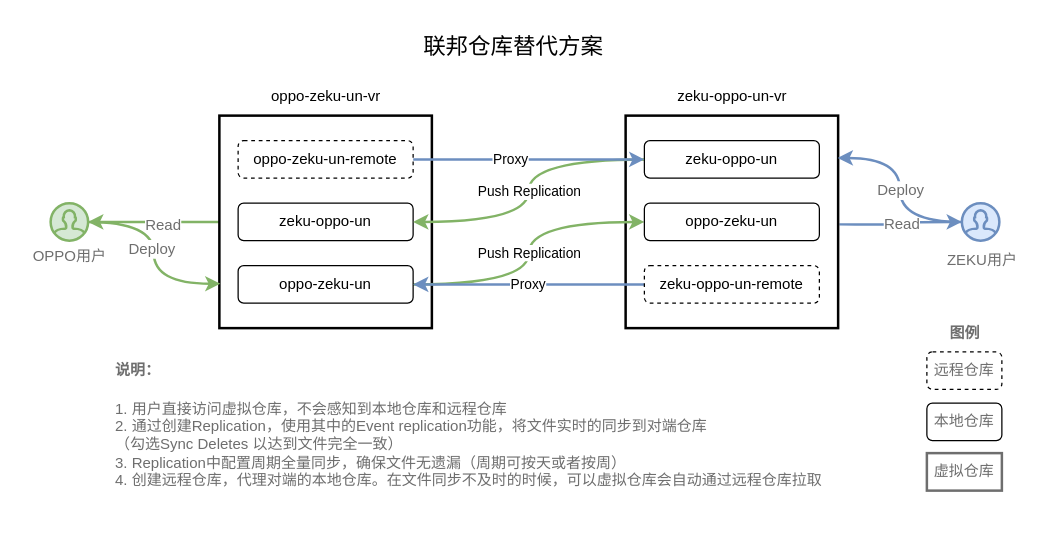
Before: federate.drawio in PanC123/project-examples, a draw.io diagram. Source tidied: cells renumbered, new cells numbered last; positions are measured from the earlier drawing's top-left corner, leaving out a move shared by most shapes. Both pictures are drawn from the tidied source at 125%, with x=0, y=0 at pixel (21, 21).
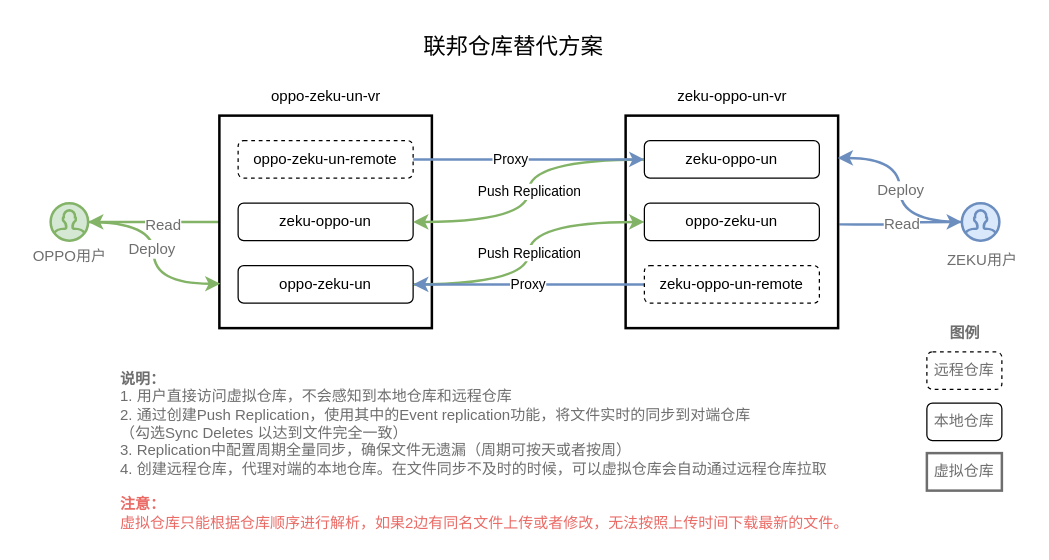
Above is the later version.

Diff of the diagram source:
```diff
@@
-    <mxCell id="32" value="&lt;h4&gt;说明：&lt;/h4&gt;1. 用户直接访问虚拟仓库，不会感知到本地仓库和远程仓库&lt;br&gt;2. 通过创建Replication，使用其中的Event replication功能，将文件实时的同步到对端仓库&lt;br&gt;（勾选Sync Deletes 以达到文件完全一致）&lt;br&gt;3. Replication中配置周期全量同步，确保文件无遗漏（周期可按天或者按周）&lt;br&gt;4. 创建远程仓库，代理对端的本地仓库。在文件同步不及时的时候，可以虚拟仓库会自动通过远程仓库拉取" style="text;html=1;align=left;verticalAlign=middle;strokeColor=none;fillColor=none;fontSize=12;fontColor=#6E6E6E;" parent="1" vertex="1">
-      <mxGeometry x="73" y="250" width="583" height="130" as="geometry" />
+    <mxCell id="32" value="&lt;p&gt;&lt;/p&gt;&lt;b&gt;说明：&lt;/b&gt;&lt;br&gt;1. 用户直接访问虚拟仓库，不会感知到本地仓库和远程仓库&lt;br&gt;2. 通过创建Push Replication，使用其中的Event replication功能，将文件实时的同步到对端仓库&lt;br&gt;（勾选Sync Deletes 以达到文件完全一致）&lt;br&gt;3. Replication中配置周期全量同步，确保文件无遗漏（周期可按天或者按周）&lt;br&gt;4. 创建远程仓库，代理对端的本地仓库。在文件同步不及时的时候，可以虚拟仓库会自动通过远程仓库拉取&lt;br&gt;&lt;br&gt;&lt;font style=&quot;&quot; color=&quot;#ea6b66&quot;&gt;&lt;b&gt;注意：&lt;/b&gt;&lt;br&gt;&lt;/font&gt;&lt;span style=&quot;color: rgb(234, 107, 102);&quot;&gt;虚拟仓库只能根据仓库顺序进行解析，&lt;/span&gt;&lt;font style=&quot;&quot; color=&quot;#ea6b66&quot;&gt;如果2边有同名文件上传或者修改，无法按照上传时间下载最新的文件。&lt;br&gt;&lt;/font&gt;" style="text;html=1;align=left;verticalAlign=middle;strokeColor=none;fillColor=none;fontSize=12;fontColor=#6E6E6E;" parent="1" vertex="1">
+      <mxGeometry x="76.5" y="260" width="601" height="154" as="geometry" />
     </mxCell>
```
